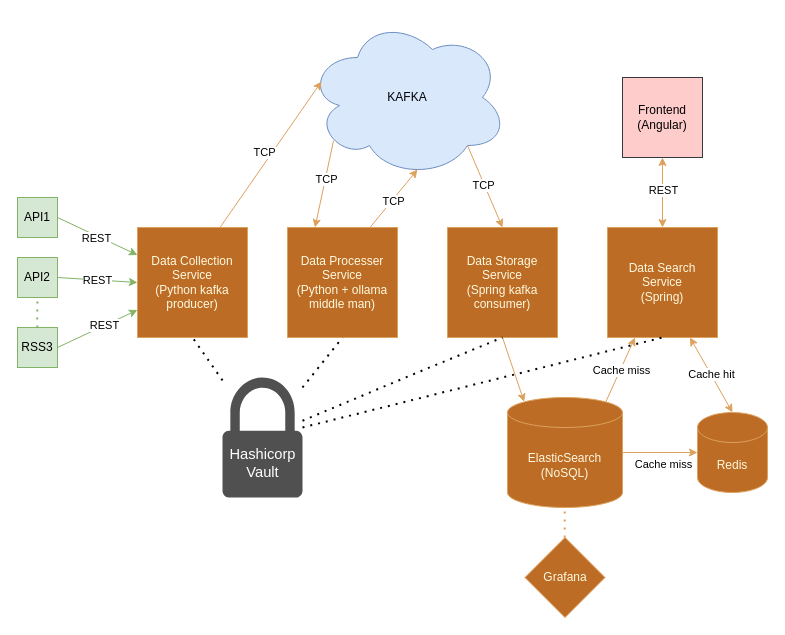
Above: ProjectArchitecture.drawio in CzumperBirds/CzumperSearch (draw.io), before the change. Source tidied: cells renumbered, new cells numbered last; positions are measured from the earlier drawing's top-left corner, leaving out a move shared by most shapes. Both pictures are drawn from the tidied source at 100%, with x=0, y=0 at pixel (17, 17).
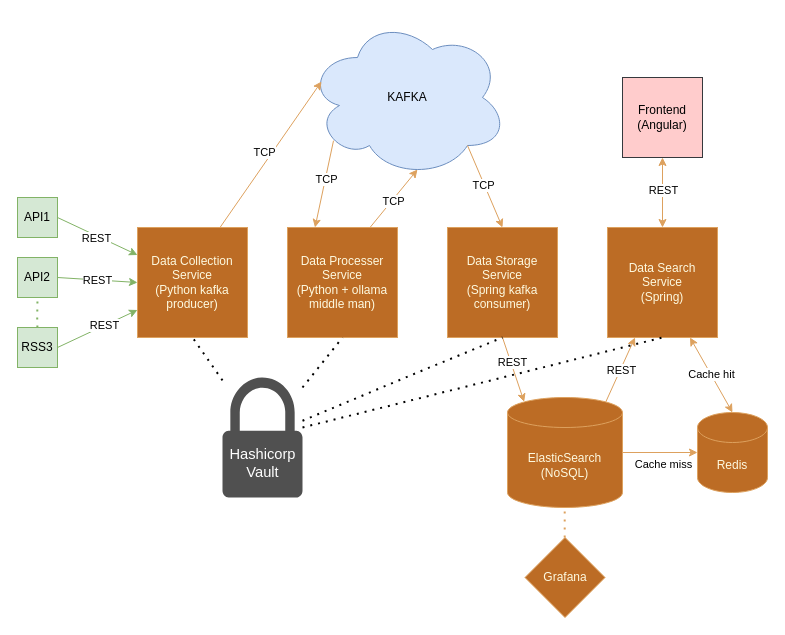
The same page after the edit.

Commit message:
Another fast change of graph

The change refers to these unchanged cells:
```xml
<mxCell id="32" style="endArrow=classic;html=1;rounded=0;strokeColor=#DDA15E;fontColor=#FEFAE0;fillColor=#BC6C25;exitX=0.5;exitY=1;exitDx=0;exitDy=0;entryX=0.145;entryY=0;entryDx=0;entryDy=4.35;entryPerimeter=0;" parent="1" edge="1" source="20" target="19">
  <mxGeometry relative="1" as="geometry" />
</mxCell>
<mxCell id="33" style="endArrow=classic;html=1;rounded=0;strokeColor=#DDA15E;fontColor=#FEFAE0;fillColor=#BC6C25;exitX=0.855;exitY=0;exitDx=0;exitDy=4.35;exitPerimeter=0;entryX=0.25;entryY=1;entryDx=0;entryDy=0;" parent="1" edge="1" source="19" target="28">
  <mxGeometry relative="1" as="geometry" />
</mxCell>
```

What changed in the source:
```diff
@@
+    <mxCell id="48" value="REST" style="edgeLabel;html=1;align=center;verticalAlign=middle;" parent="32" vertex="1">
+      <mxGeometry x="-0.22" y="1" relative="1" as="geometry" />
+    </mxCell>
@@
-    <mxCell id="34" value="Cache miss" style="edgeLabel;html=1;align=center;verticalAlign=middle;" parent="33" vertex="1">
+    <mxCell id="34" value="REST" style="edgeLabel;html=1;align=center;verticalAlign=middle;" parent="33" vertex="1">
       <mxGeometry x="-0.02" y="-1" relative="1" as="geometry" />
     </mxCell>
```
